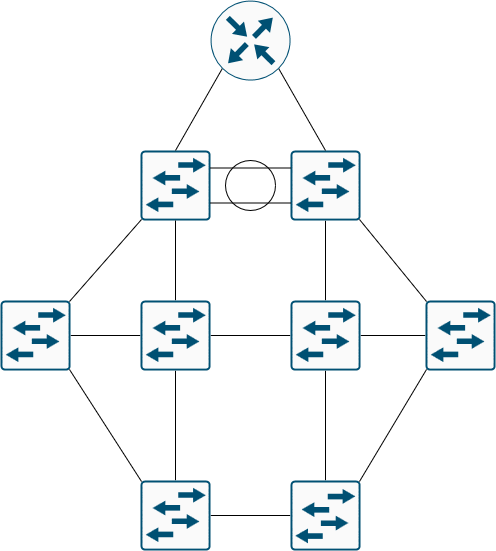
Before: encor/switching/switching_lab.drawio.png, a diagram exported from draw.io (rs0les/ccnp_lab). Source tidied: cells renumbered, new cells last; positions are measured from the earlier drawing's top-left corner, leaving out a move shared by most shapes.
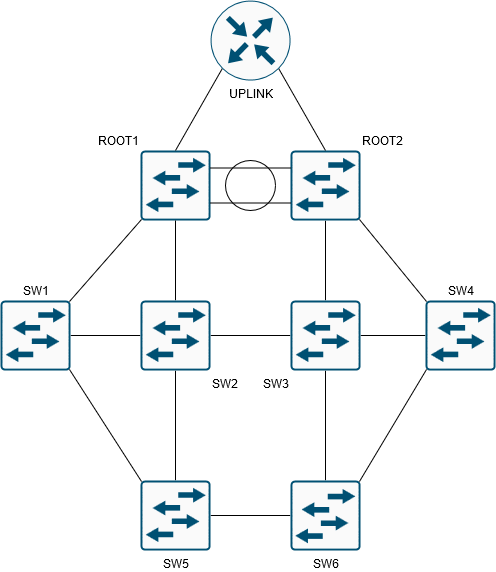
After the change.

Commit message:
Updated topology diagram

Change to the diagram source:
```diff
@@ -2,13 +2,13 @@
   <root>
     <mxCell id="0" />
     <mxCell id="1" parent="0" />
-    <mxCell id="2" style="sketch=0;points=[[0.5,0,0],[1,0.5,0],[0.5,1,0],[0,0.5,0],[0.145,0.145,0],[0.8555,0.145,0],[0.855,0.8555,0],[0.145,0.855,0]];verticalLabelPosition=bottom;html=1;verticalAlign=top;align=center;shape=mxgraph.cisco19.rect;prIcon=router;fillColor=#FAFAFA;strokeColor=#005073;" parent="1" vertex="1">
+    <mxCell id="2" value="UPLINK" style="sketch=0;points=[[0.5,0,0],[1,0.5,0],[0.5,1,0],[0,0.5,0],[0.145,0.145,0],[0.8555,0.145,0],[0.855,0.8555,0],[0.145,0.855,0]];verticalLabelPosition=bottom;html=1;verticalAlign=top;align=center;shape=mxgraph.cisco19.rect;prIcon=router;fillColor=#FAFAFA;strokeColor=#005073;" parent="1" vertex="1">
       <mxGeometry x="210" width="80" height="80" as="geometry" />
     </mxCell>
     <mxCell id="3" style="rounded=0;jettySize=auto;html=1;endArrow=none;endFill=0;" parent="1" edge="1" source="4" target="8">
       <mxGeometry relative="1" as="geometry" />
     </mxCell>
-    <mxCell id="4" style="sketch=0;points=[[0.015,0.015,0],[0.985,0.015,0],[0.985,0.985,0],[0.015,0.985,0],[0.25,0,0],[0.5,0,0],[0.75,0,0],[1,0.25,0],[1,0.5,0],[1,0.75,0],[0.75,1,0],[0.5,1,0],[0.25,1,0],[0,0.75,0],[0,0.5,0],[0,0.25,0]];verticalLabelPosition=bottom;html=1;verticalAlign=top;align=center;shape=mxgraph.cisco19.rect;prIcon=l2_switch;fillColor=#FAFAFA;strokeColor=#005073;" parent="1" vertex="1">
+    <mxCell id="4" value="SW4" style="sketch=0;points=[[0.015,0.015,0],[0.985,0.015,0],[0.985,0.985,0],[0.015,0.985,0],[0.25,0,0],[0.5,0,0],[0.75,0,0],[1,0.25,0],[1,0.5,0],[1,0.75,0],[0.75,1,0],[0.5,1,0],[0.25,1,0],[0,0.75,0],[0,0.5,0],[0,0.25,0]];verticalLabelPosition=top;html=1;verticalAlign=bottom;align=center;shape=mxgraph.cisco19.rect;prIcon=l2_switch;fillColor=#FAFAFA;strokeColor=#005073;labelPosition=center;" parent="1" vertex="1">
       <mxGeometry x="425" y="300" width="70" height="70" as="geometry" />
     </mxCell>
     <mxCell id="5" style="rounded=0;jettySize=auto;html=1;endArrow=none;endFill=0;" parent="1" edge="1" source="8" target="13">
@@ -20,10 +20,10 @@
     <mxCell id="7" style="rounded=0;jettySize=auto;html=1;endArrow=none;endFill=0;" parent="1" edge="1" source="8" target="24">
       <mxGeometry relative="1" as="geometry" />
     </mxCell>
-    <mxCell id="8" style="sketch=0;points=[[0.015,0.015,0],[0.985,0.015,0],[0.985,0.985,0],[0.015,0.985,0],[0.25,0,0],[0.5,0,0],[0.75,0,0],[1,0.25,0],[1,0.5,0],[1,0.75,0],[0.75,1,0],[0.5,1,0],[0.25,1,0],[0,0.75,0],[0,0.5,0],[0,0.25,0]];verticalLabelPosition=bottom;html=1;verticalAlign=top;align=center;shape=mxgraph.cisco19.rect;prIcon=l2_switch;fillColor=#FAFAFA;strokeColor=#005073;" parent="1" vertex="1">
+    <mxCell id="8" value="SW3" style="sketch=0;points=[[0.015,0.015,0],[0.985,0.015,0],[0.985,0.985,0],[0.015,0.985,0],[0.25,0,0],[0.5,0,0],[0.75,0,0],[1,0.25,0],[1,0.5,0],[1,0.75,0],[0.75,1,0],[0.5,1,0],[0.25,1,0],[0,0.75,0],[0,0.5,0],[0,0.25,0]];verticalLabelPosition=bottom;html=1;verticalAlign=top;align=right;shape=mxgraph.cisco19.rect;prIcon=l2_switch;fillColor=#FAFAFA;strokeColor=#005073;labelPosition=left;" parent="1" vertex="1">
       <mxGeometry x="290" y="300" width="70" height="70" as="geometry" />
     </mxCell>
-    <mxCell id="9" style="sketch=0;points=[[0.015,0.015,0],[0.985,0.015,0],[0.985,0.985,0],[0.015,0.985,0],[0.25,0,0],[0.5,0,0],[0.75,0,0],[1,0.25,0],[1,0.5,0],[1,0.75,0],[0.75,1,0],[0.5,1,0],[0.25,1,0],[0,0.75,0],[0,0.5,0],[0,0.25,0]];verticalLabelPosition=bottom;html=1;verticalAlign=top;align=center;shape=mxgraph.cisco19.rect;prIcon=l2_switch;fillColor=#FAFAFA;strokeColor=#005073;" parent="1" vertex="1">
+    <mxCell id="9" value="ROOT1" style="sketch=0;points=[[0.015,0.015,0],[0.985,0.015,0],[0.985,0.985,0],[0.015,0.985,0],[0.25,0,0],[0.5,0,0],[0.75,0,0],[1,0.25,0],[1,0.5,0],[1,0.75,0],[0.75,1,0],[0.5,1,0],[0.25,1,0],[0,0.75,0],[0,0.5,0],[0,0.25,0]];verticalLabelPosition=top;html=1;verticalAlign=bottom;align=right;shape=mxgraph.cisco19.rect;prIcon=l2_switch;fillColor=#FAFAFA;strokeColor=#005073;labelPosition=left;" parent="1" vertex="1">
       <mxGeometry x="140" y="150" width="70" height="70" as="geometry" />
     </mxCell>
     <mxCell id="10" style="rounded=0;jettySize=auto;html=1;endArrow=none;endFill=0;" parent="1" edge="1" source="13" target="16">
@@ -35,19 +35,19 @@
     <mxCell id="12" style="rounded=0;jettySize=auto;html=1;endArrow=none;endFill=0;" parent="1" edge="1" source="13" target="15">
       <mxGeometry relative="1" as="geometry" />
     </mxCell>
-    <mxCell id="13" style="sketch=0;points=[[0.015,0.015,0],[0.985,0.015,0],[0.985,0.985,0],[0.015,0.985,0],[0.25,0,0],[0.5,0,0],[0.75,0,0],[1,0.25,0],[1,0.5,0],[1,0.75,0],[0.75,1,0],[0.5,1,0],[0.25,1,0],[0,0.75,0],[0,0.5,0],[0,0.25,0]];verticalLabelPosition=bottom;html=1;verticalAlign=top;align=center;shape=mxgraph.cisco19.rect;prIcon=l2_switch;fillColor=#FAFAFA;strokeColor=#005073;" parent="1" vertex="1">
+    <mxCell id="13" value="SW2" style="sketch=0;points=[[0.015,0.015,0],[0.985,0.015,0],[0.985,0.985,0],[0.015,0.985,0],[0.25,0,0],[0.5,0,0],[0.75,0,0],[1,0.25,0],[1,0.5,0],[1,0.75,0],[0.75,1,0],[0.5,1,0],[0.25,1,0],[0,0.75,0],[0,0.5,0],[0,0.25,0]];verticalLabelPosition=bottom;html=1;verticalAlign=top;align=left;shape=mxgraph.cisco19.rect;prIcon=l2_switch;fillColor=#FAFAFA;strokeColor=#005073;labelPosition=right;" parent="1" vertex="1">
       <mxGeometry x="140" y="300" width="70" height="70" as="geometry" />
     </mxCell>
     <mxCell id="14" style="rounded=0;jettySize=auto;html=1;endArrow=none;endFill=0;" parent="1" edge="1" source="15" target="24">
       <mxGeometry relative="1" as="geometry" />
     </mxCell>
-    <mxCell id="15" style="sketch=0;points=[[0.015,0.015,0],[0.985,0.015,0],[0.985,0.985,0],[0.015,0.985,0],[0.25,0,0],[0.5,0,0],[0.75,0,0],[1,0.25,0],[1,0.5,0],[1,0.75,0],[0.75,1,0],[0.5,1,0],[0.25,1,0],[0,0.75,0],[0,0.5,0],[0,0.25,0]];verticalLabelPosition=bottom;html=1;verticalAlign=top;align=center;shape=mxgraph.cisco19.rect;prIcon=l2_switch;fillColor=#FAFAFA;strokeColor=#005073;" parent="1" vertex="1">
+    <mxCell id="15" value="SW5" style="sketch=0;points=[[0.015,0.015,0],[0.985,0.015,0],[0.985,0.985,0],[0.015,0.985,0],[0.25,0,0],[0.5,0,0],[0.75,0,0],[1,0.25,0],[1,0.5,0],[1,0.75,0],[0.75,1,0],[0.5,1,0],[0.25,1,0],[0,0.75,0],[0,0.5,0],[0,0.25,0]];verticalLabelPosition=bottom;html=1;verticalAlign=top;align=center;shape=mxgraph.cisco19.rect;prIcon=l2_switch;fillColor=#FAFAFA;strokeColor=#005073;" parent="1" vertex="1">
       <mxGeometry x="140" y="480" width="70" height="70" as="geometry" />
     </mxCell>
-    <mxCell id="16" style="sketch=0;points=[[0.015,0.015,0],[0.985,0.015,0],[0.985,0.985,0],[0.015,0.985,0],[0.25,0,0],[0.5,0,0],[0.75,0,0],[1,0.25,0],[1,0.5,0],[1,0.75,0],[0.75,1,0],[0.5,1,0],[0.25,1,0],[0,0.75,0],[0,0.5,0],[0,0.25,0]];verticalLabelPosition=bottom;html=1;verticalAlign=top;align=center;shape=mxgraph.cisco19.rect;prIcon=l2_switch;fillColor=#FAFAFA;strokeColor=#005073;" parent="1" vertex="1">
+    <mxCell id="16" value="SW1" style="sketch=0;points=[[0.015,0.015,0],[0.985,0.015,0],[0.985,0.985,0],[0.015,0.985,0],[0.25,0,0],[0.5,0,0],[0.75,0,0],[1,0.25,0],[1,0.5,0],[1,0.75,0],[0.75,1,0],[0.5,1,0],[0.25,1,0],[0,0.75,0],[0,0.5,0],[0,0.25,0]];verticalLabelPosition=top;html=1;verticalAlign=bottom;align=center;shape=mxgraph.cisco19.rect;prIcon=l2_switch;fillColor=#FAFAFA;strokeColor=#005073;labelPosition=center;" parent="1" vertex="1">
       <mxGeometry y="300" width="70" height="70" as="geometry" />
     </mxCell>
-    <mxCell id="17" style="sketch=0;points=[[0.015,0.015,0],[0.985,0.015,0],[0.985,0.985,0],[0.015,0.985,0],[0.25,0,0],[0.5,0,0],[0.75,0,0],[1,0.25,0],[1,0.5,0],[1,0.75,0],[0.75,1,0],[0.5,1,0],[0.25,1,0],[0,0.75,0],[0,0.5,0],[0,0.25,0]];verticalLabelPosition=bottom;html=1;verticalAlign=top;align=center;shape=mxgraph.cisco19.rect;prIcon=l2_switch;fillColor=#FAFAFA;strokeColor=#005073;" parent="1" vertex="1">
+    <mxCell id="17" value="ROOT2" style="sketch=0;points=[[0.015,0.015,0],[0.985,0.015,0],[0.985,0.985,0],[0.015,0.985,0],[0.25,0,0],[0.5,0,0],[0.75,0,0],[1,0.25,0],[1,0.5,0],[1,0.75,0],[0.75,1,0],[0.5,1,0],[0.25,1,0],[0,0.75,0],[0,0.5,0],[0,0.25,0]];verticalLabelPosition=top;html=1;verticalAlign=bottom;align=left;shape=mxgraph.cisco19.rect;prIcon=l2_switch;fillColor=#FAFAFA;strokeColor=#005073;labelPosition=right;" parent="1" vertex="1">
       <mxGeometry x="290" y="150" width="70" height="70" as="geometry" />
     </mxCell>
     <mxCell id="18" style="endArrow=none;html=1;rounded=0;exitX=0.5;exitY=0;exitDx=0;exitDy=0;exitPerimeter=0;entryX=0.145;entryY=0.855;entryDx=0;entryDy=0;entryPerimeter=0;" parent="1" edge="1" source="9" target="2">
@@ -68,7 +68,7 @@
     <mxCell id="23" style="ellipse;whiteSpace=wrap;html=1;fillColor=none;" parent="1" vertex="1">
       <mxGeometry x="225" y="160" width="50" height="50" as="geometry" />
     </mxCell>
-    <mxCell id="24" style="sketch=0;points=[[0.015,0.015,0],[0.985,0.015,0],[0.985,0.985,0],[0.015,0.985,0],[0.25,0,0],[0.5,0,0],[0.75,0,0],[1,0.25,0],[1,0.5,0],[1,0.75,0],[0.75,1,0],[0.5,1,0],[0.25,1,0],[0,0.75,0],[0,0.5,0],[0,0.25,0]];verticalLabelPosition=bottom;html=1;verticalAlign=top;align=center;shape=mxgraph.cisco19.rect;prIcon=l2_switch;fillColor=#FAFAFA;strokeColor=#005073;direction=west;" parent="1" vertex="1">
+    <mxCell id="24" value="SW6" style="sketch=0;points=[[0.015,0.015,0],[0.985,0.015,0],[0.985,0.985,0],[0.015,0.985,0],[0.25,0,0],[0.5,0,0],[0.75,0,0],[1,0.25,0],[1,0.5,0],[1,0.75,0],[0.75,1,0],[0.5,1,0],[0.25,1,0],[0,0.75,0],[0,0.5,0],[0,0.25,0]];verticalLabelPosition=bottom;html=1;verticalAlign=top;align=center;shape=mxgraph.cisco19.rect;prIcon=l2_switch;fillColor=#FAFAFA;strokeColor=#005073;direction=west;" parent="1" vertex="1">
       <mxGeometry x="290" y="480" width="70" height="70" as="geometry" />
     </mxCell>
     <mxCell id="25" style="rounded=0;jettySize=auto;html=1;exitX=0.985;exitY=0.985;exitDx=0;exitDy=0;exitPerimeter=0;entryX=0.015;entryY=0.015;entryDx=0;entryDy=0;entryPerimeter=0;endArrow=none;endFill=0;" parent="1" edge="1" source="16" target="15">
```
